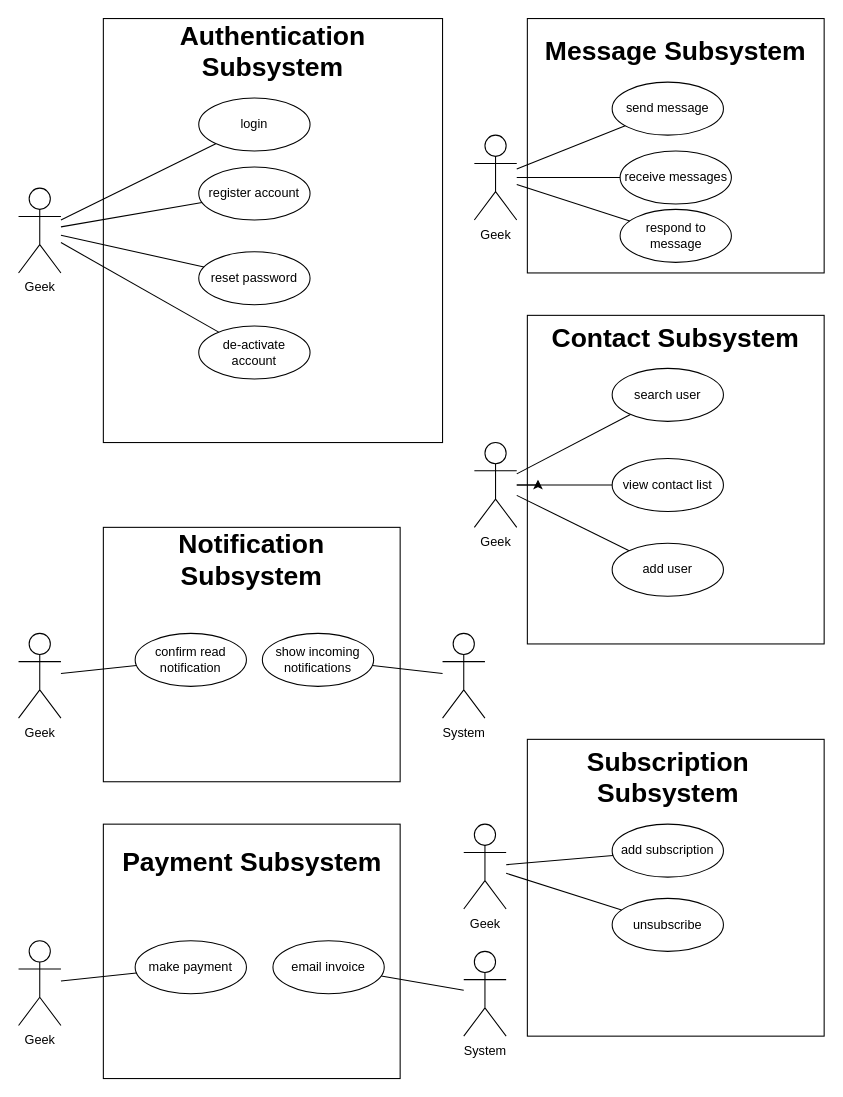
Above: sub-system_usecases.drawio in bheki97/geeks_chat_application (draw.io), before the change. Source tidied: cells renumbered, new cells numbered last; positions are measured from the earlier drawing's top-left corner, leaving out a move shared by most shapes. Both pictures are drawn from the tidied source at 106%, with x=0, y=0 at pixel (18, 18).
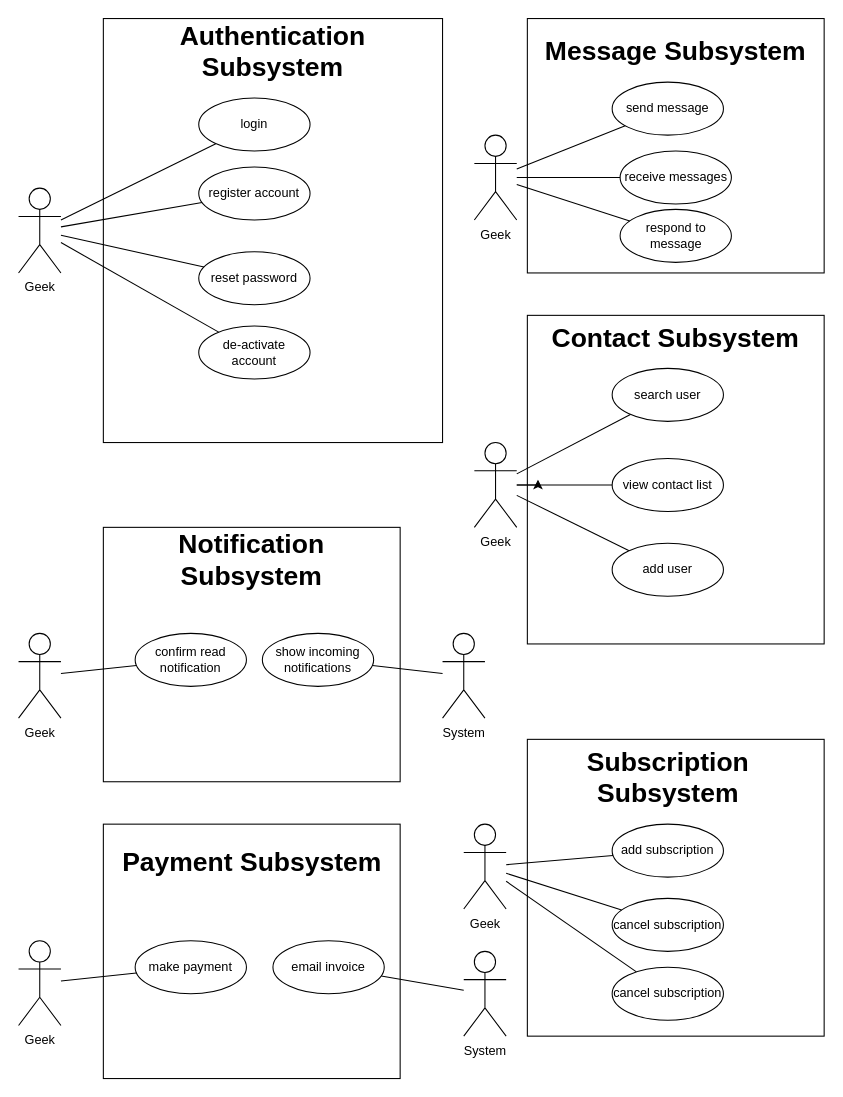
The same diagram, later.

Unchanged cells that the change refers to:
```xml
<mxCell id="43" value="Geek" style="shape=umlActor;verticalLabelPosition=bottom;verticalAlign=top;html=1;outlineConnect=0;" parent="1" vertex="1">
  <mxGeometry x="420" y="760" width="40" height="80" as="geometry" />
</mxCell>
```

Diff of the diagram source:
```diff
@@
-    <mxCell id="44" value="unsubscribe" style="ellipse;whiteSpace=wrap;html=1;" parent="1" vertex="1">
+    <mxCell id="44" value="cancel subscription" style="ellipse;whiteSpace=wrap;html=1;" parent="1" vertex="1">
       <mxGeometry x="560" y="830" width="105" height="50" as="geometry" />
     </mxCell>
@@
+    <mxCell id="55" value="cancel subscription" style="ellipse;whiteSpace=wrap;html=1;" parent="1" vertex="1">
+      <mxGeometry x="560" y="895" width="105" height="50" as="geometry" />
+    </mxCell>
+    <mxCell id="56" style="endArrow=none;html=1;rounded=0;" parent="1" edge="1" source="43" target="55">
+      <mxGeometry relative="1" as="geometry" />
+    </mxCell>
```
